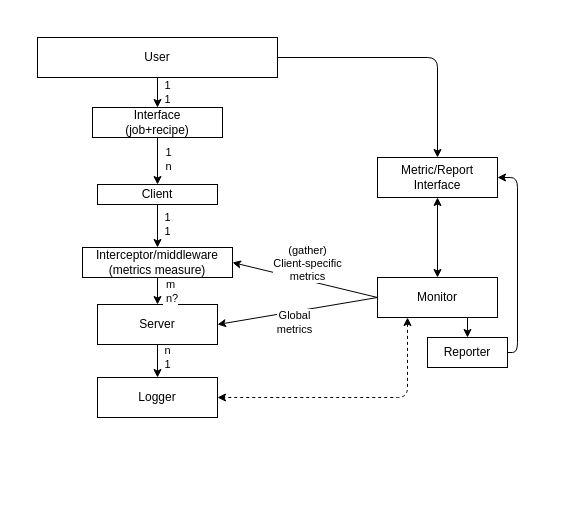
Valegrl/Team6_EUMASTER4HPC2526 keeps this draw.io diagram as page "Informal design" (1 of 3) of design/design_diagrams.drawio. Above is the earlier version. Source tidied: cells renumbered, new cells numbered last; positions are measured from the earlier drawing's top-left corner, leaving out a move shared by most shapes. Both pictures are drawn from the tidied source at 100%, with x=0, y=0 at pixel (17, 17).
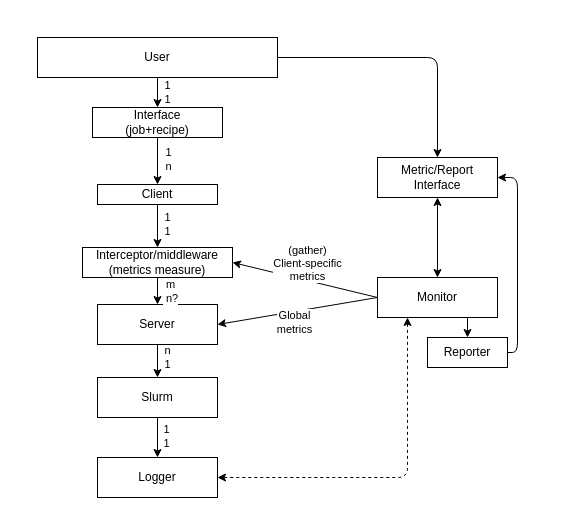
After the change.

Unchanged cells that the change refers to:
```xml
<mxCell id="15" value="Server" style="rounded=0;whiteSpace=wrap;html=1;" parent="1" vertex="1">
  <mxGeometry x="80" y="287" width="120" height="40" as="geometry" />
</mxCell>
```

Change to the diagram source:
```diff
@@
-    <mxCell id="2" style="rounded=0;whiteSpace=wrap;html=1;strokeColor=none;" parent="1" vertex="1">
-      <mxGeometry width="530" height="420" as="geometry" />
-    </mxCell>
@@
-    <mxCell id="13" style="edgeStyle=none;html=1;exitX=0.5;exitY=1;exitDx=0;exitDy=0;entryX=0.5;entryY=0;entryDx=0;entryDy=0;" parent="1" edge="1" source="15">
-      <mxGeometry relative="1" as="geometry">
-        <mxPoint x="140" y="360" as="targetPoint" />
-      </mxGeometry>
+    <mxCell id="13" style="edgeStyle=none;html=1;exitX=0.5;exitY=1;exitDx=0;exitDy=0;entryX=0.5;entryY=0;entryDx=0;entryDy=0;" parent="1" edge="1" source="15" target="33">
+      <mxGeometry relative="1" as="geometry" />
     </mxCell>
@@
+    <mxCell id="31" style="edgeStyle=none;html=1;" parent="1" edge="1" source="33" target="16">
+      <mxGeometry relative="1" as="geometry" />
+    </mxCell>
+    <mxCell id="32" value="1&lt;div&gt;1&lt;/div&gt;" style="edgeLabel;html=1;align=center;verticalAlign=middle;" parent="31" vertex="1">
+      <mxGeometry x="-0.32" relative="1" as="geometry">
+        <mxPoint x="8" y="4" as="offset" />
+      </mxGeometry>
+    </mxCell>
+    <mxCell id="33" value="Slurm" style="rounded=0;whiteSpace=wrap;html=1;" parent="1" vertex="1">
+      <mxGeometry x="80" y="360" width="120" height="40" as="geometry" />
+    </mxCell>
     <mxCell id="16" value="Logger" style="rounded=0;whiteSpace=wrap;html=1;" parent="1" vertex="1">
-      <mxGeometry x="80" y="360" width="120" height="40" as="geometry" />
+      <mxGeometry x="80" y="440" width="120" height="40" as="geometry" />
     </mxCell>
```
